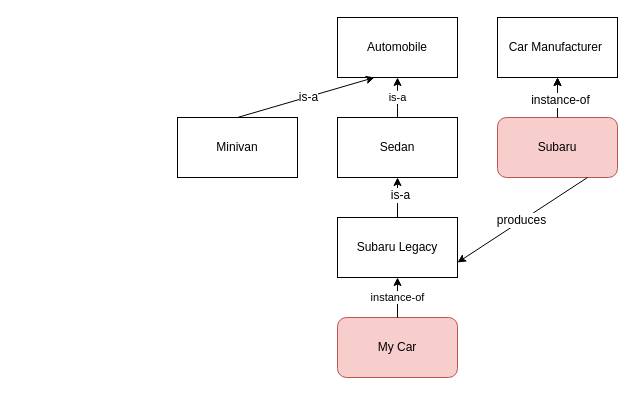
stanleysmall/thesis keeps this draw.io diagram as figures/sample_ontology.drawio.xml. Above is the earlier version. Source tidied: cells renumbered, new cells numbered last; positions are measured from the earlier drawing's top-left corner, leaving out a move shared by most shapes. Both pictures are drawn from the tidied source at 100%, with x=0, y=0 at pixel (177, 17).
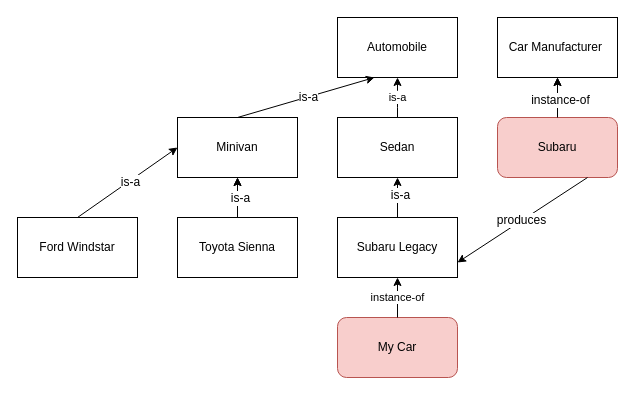
The same diagram, later.

Unchanged cells that the change refers to:
```xml
<mxCell id="15" value="Minivan" style="rounded=0;whiteSpace=wrap;html=1;" parent="1" vertex="1">
  <mxGeometry y="100" width="120" height="60" as="geometry" />
</mxCell>
```

Diff of the diagram source:
```diff
@@
+    <mxCell id="20" style="edgeStyle=orthogonalEdgeStyle;rounded=0;jettySize=auto;html=1;" parent="1" edge="1" source="21" target="15">
+      <mxGeometry relative="1" as="geometry" />
+    </mxCell>
+    <mxCell id="21" value="Toyota Sienna" style="rounded=0;whiteSpace=wrap;html=1;fillColor=#ffffff;strokeColor=#000000;" parent="1" vertex="1">
+      <mxGeometry y="200" width="120" height="60" as="geometry" />
+    </mxCell>
+    <mxCell id="22" style="endArrow=classic;html=1;exitX=0.5;exitY=0;exitDx=0;exitDy=0;entryX=0.5;entryY=1;entryDx=0;entryDy=0;" parent="1" edge="1" source="21" target="15">
+      <mxGeometry relative="1" as="geometry" />
+    </mxCell>
+    <mxCell id="23" value="is-a" style="text;html=1;align=center;verticalAlign=middle;labelBackgroundColor=#ffffff;" parent="22" vertex="1">
+      <mxGeometry y="-2" relative="1" as="geometry" />
+    </mxCell>
+    <mxCell id="24" value="Ford Windstar" style="rounded=0;whiteSpace=wrap;html=1;fillColor=#ffffff;strokeColor=#000000;" parent="1" vertex="1">
+      <mxGeometry x="-160" y="200" width="120" height="60" as="geometry" />
+    </mxCell>
+    <mxCell id="25" style="endArrow=classic;html=1;exitX=0.5;exitY=0;exitDx=0;exitDy=0;entryX=0;entryY=0.5;entryDx=0;entryDy=0;" parent="1" edge="1" source="24" target="15">
+      <mxGeometry relative="1" as="geometry" />
+    </mxCell>
+    <mxCell id="26" value="is-a&lt;br&gt;" style="text;html=1;align=center;verticalAlign=middle;labelBackgroundColor=#ffffff;" parent="25" vertex="1">
+      <mxGeometry x="0.04" y="-2" relative="1" as="geometry">
+        <mxPoint y="-1" as="offset" />
+      </mxGeometry>
+    </mxCell>
```
